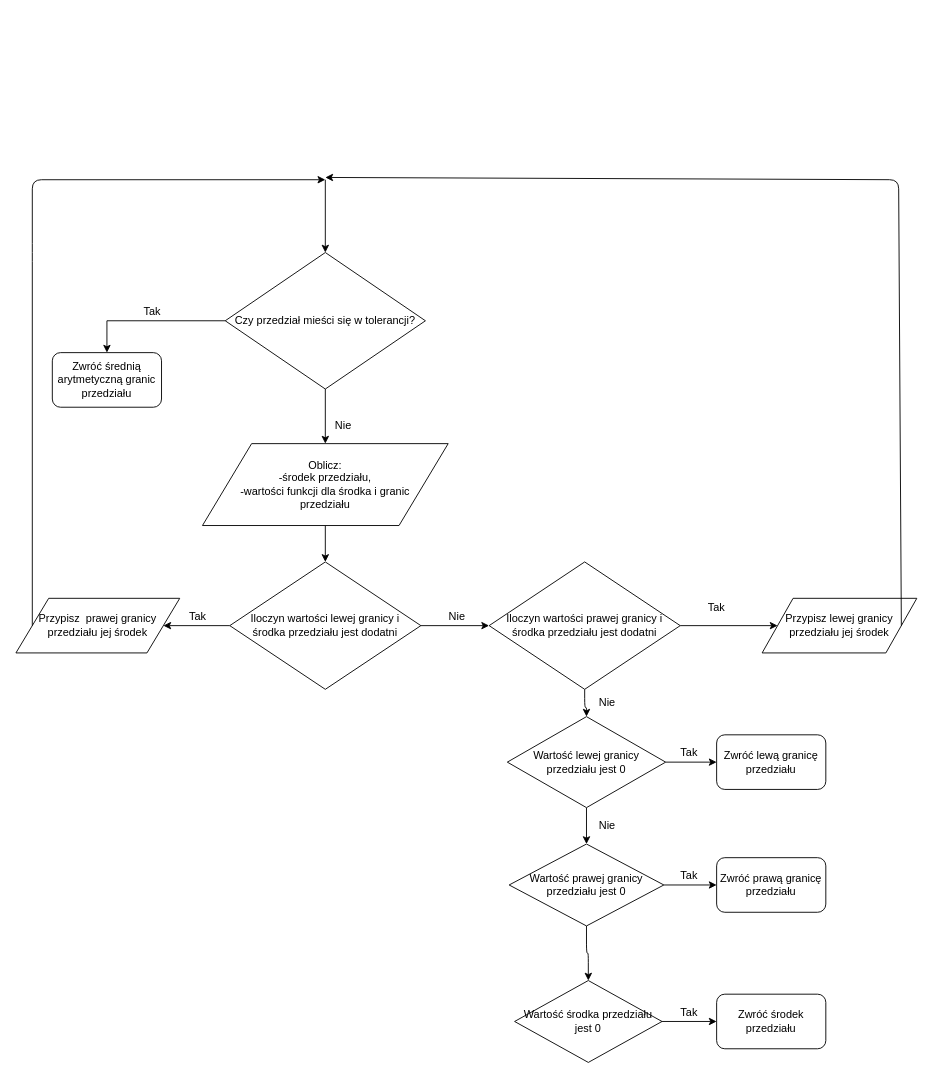
This is Bisekcja.drawio from finloop/biselect, a draw.io file, before an edit. Source tidied: cells renumbered, new cells numbered last; positions are measured from the earlier drawing's top-left corner, leaving out a move shared by most shapes. Both pictures are drawn from the tidied source at 91%, with x=0, y=0 at pixel (15, 177).
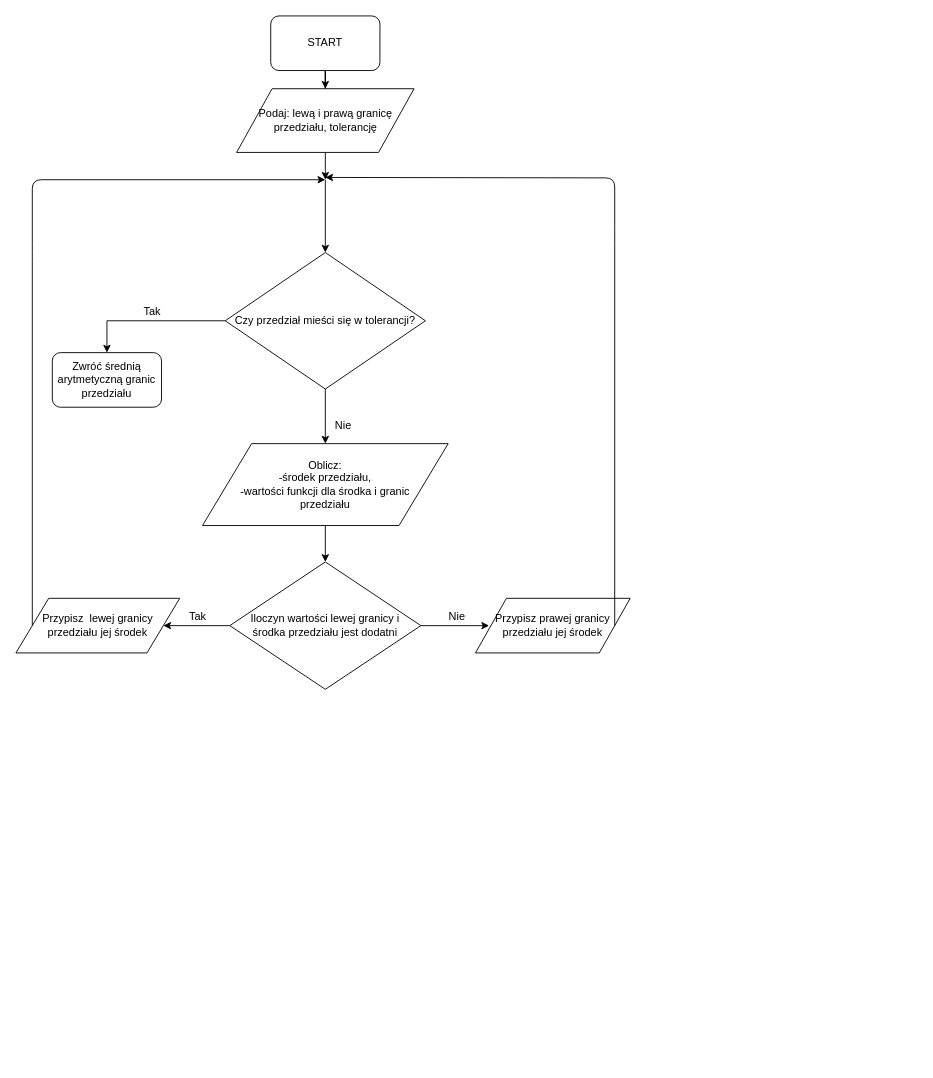
After the change.

Unchanged cells that the change refers to:
```xml
<mxCell id="12" value="Iloczyn wartości lewej granicy i &lt;br&gt;środka przedziału jest dodatni" style="rhombus;whiteSpace=wrap;html=1;" parent="1" vertex="1">
  <mxGeometry x="235" y="422" width="210" height="140" as="geometry" />
</mxCell>
```

The edit, as a diff of the source:
```diff
@@
-    <mxCell id="11" style="edgeStyle=orthogonalEdgeStyle;rounded=0;jettySize=auto;html=1;" parent="1" edge="1" source="12" target="15">
-      <mxGeometry relative="1" as="geometry" />
+    <mxCell id="11" style="edgeStyle=orthogonalEdgeStyle;rounded=0;jettySize=auto;html=1;" parent="1" edge="1" source="12">
+      <mxGeometry relative="1" as="geometry">
+        <mxPoint x="520" y="492" as="targetPoint" />
+      </mxGeometry>
     </mxCell>
@@
-    <mxCell id="13" style="edgeStyle=orthogonalEdgeStyle;jettySize=auto;html=1;entryX=0;entryY=0.5;entryDx=0;entryDy=0;rounded=1;jumpSize=2;" parent="1" edge="1" source="15" target="20">
-      <mxGeometry relative="1" as="geometry" />
-    </mxCell>
-    <mxCell id="14" style="edgeStyle=orthogonalEdgeStyle;rounded=1;jumpSize=2;jettySize=auto;html=1;entryX=0.5;entryY=0;entryDx=0;entryDy=0;" parent="1" edge="1" source="15" target="26">
-      <mxGeometry relative="1" as="geometry" />
-    </mxCell>
-    <mxCell id="15" value="Iloczyn wartości prawej granicy i &lt;br&gt;środka przedziału jest dodatni" style="rhombus;whiteSpace=wrap;html=1;" parent="1" vertex="1">
-      <mxGeometry x="520" y="422" width="210" height="140" as="geometry" />
-    </mxCell>
@@
-    <mxCell id="18" value="Tak&lt;br&gt;" style="text;html=1;strokeColor=none;fillColor=none;align=center;verticalAlign=middle;whiteSpace=wrap;rounded=0;" parent="1" vertex="1">
-      <mxGeometry x="750" y="462" width="40" height="20" as="geometry" />
-    </mxCell>
-    <mxCell id="19" value="Przypisz&amp;nbsp; prawej granicy przedziału jej środek" style="shape=parallelogram;perimeter=parallelogramPerimeter;whiteSpace=wrap;html=1;" parent="1" vertex="1">
+    <mxCell id="19" value="Przypisz&amp;nbsp; lewej granicy przedziału jej środek" style="shape=parallelogram;perimeter=parallelogramPerimeter;whiteSpace=wrap;html=1;" parent="1" vertex="1">
       <mxGeometry y="462" width="180" height="60" as="geometry" />
     </mxCell>
-    <mxCell id="20" value="&lt;span style=&quot;white-space: normal&quot;&gt;Przypisz lewej granicy przedziału jej środek&lt;/span&gt;" style="shape=parallelogram;perimeter=parallelogramPerimeter;whiteSpace=wrap;html=1;" parent="1" vertex="1">
-      <mxGeometry x="820" y="462" width="170" height="60" as="geometry" />
+    <mxCell id="20" value="&lt;span style=&quot;white-space: normal&quot;&gt;Przypisz prawej granicy przedziału jej środek&lt;/span&gt;" style="shape=parallelogram;perimeter=parallelogramPerimeter;whiteSpace=wrap;html=1;" parent="1" vertex="1">
+      <mxGeometry x="505" y="462" width="170" height="60" as="geometry" />
     </mxCell>
@@
     <mxCell id="23" style="endArrow=classic;html=1;exitX=1;exitY=0.5;exitDx=0;exitDy=0;" parent="1" edge="1" source="20">
       <mxGeometry relative="1" as="geometry">
         <mxPoint x="340" y="-0.5" as="targetPoint" />
         <Array as="points">
-          <mxPoint x="970" y="2" />
+          <mxPoint x="658" y="62" />
+          <mxPoint x="658" />
         </Array>
       </mxGeometry>
     </mxCell>
-    <mxCell id="24" style="edgeStyle=orthogonalEdgeStyle;rounded=1;jumpSize=2;jettySize=auto;html=1;entryX=0;entryY=0.5;entryDx=0;entryDy=0;" parent="1" edge="1" source="26" target="27">
-      <mxGeometry relative="1" as="geometry" />
-    </mxCell>
-    <mxCell id="25" style="edgeStyle=orthogonalEdgeStyle;rounded=1;jumpSize=2;jettySize=auto;html=1;entryX=0.5;entryY=0;entryDx=0;entryDy=0;" parent="1" edge="1" source="26" target="31">
-      <mxGeometry relative="1" as="geometry" />
-    </mxCell>
-    <mxCell id="26" value="Wartość lewej granicy przedziału jest 0" style="rhombus;whiteSpace=wrap;html=1;" parent="1" vertex="1">
-      <mxGeometry x="540" y="592" width="174" height="100" as="geometry" />
-    </mxCell>
-    <mxCell id="27" value="Zwróć lewą granicę przedziału" style="rounded=1;whiteSpace=wrap;html=1;" parent="1" vertex="1">
-      <mxGeometry x="770" y="612" width="120" height="60" as="geometry" />
-    </mxCell>
-    <mxCell id="28" value="Tak" style="text;html=1;strokeColor=none;fillColor=none;align=center;verticalAlign=middle;whiteSpace=wrap;rounded=0;" parent="1" vertex="1">
-      <mxGeometry x="720" y="622" width="40" height="20" as="geometry" />
-    </mxCell>
-    <mxCell id="29" style="edgeStyle=orthogonalEdgeStyle;rounded=1;jumpSize=2;jettySize=auto;html=1;" parent="1" edge="1" source="31" target="33">
-      <mxGeometry relative="1" as="geometry" />
-    </mxCell>
-    <mxCell id="30" style="edgeStyle=orthogonalEdgeStyle;rounded=1;jumpSize=2;jettySize=auto;html=1;entryX=0;entryY=0.5;entryDx=0;entryDy=0;" parent="1" edge="1" source="31" target="36">
-      <mxGeometry relative="1" as="geometry" />
-    </mxCell>
-    <mxCell id="31" value="&lt;span style=&quot;white-space: normal&quot;&gt;Wartość prawej granicy przedziału jest 0&lt;/span&gt;" style="rhombus;whiteSpace=wrap;html=1;" parent="1" vertex="1">
-      <mxGeometry x="542" y="732" width="170" height="90" as="geometry" />
-    </mxCell>
-    <mxCell id="32" style="edgeStyle=orthogonalEdgeStyle;rounded=1;jumpSize=2;jettySize=auto;html=1;" parent="1" edge="1" source="33" target="37">
-      <mxGeometry relative="1" as="geometry" />
-    </mxCell>
-    <mxCell id="33" value="&lt;span style=&quot;white-space: normal&quot;&gt;Wartość środka przedziału jest 0&lt;/span&gt;" style="rhombus;whiteSpace=wrap;html=1;" parent="1" vertex="1">
-      <mxGeometry x="548" y="882" width="162" height="90" as="geometry" />
-    </mxCell>
-    <mxCell id="34" value="Nie" style="text;html=1;strokeColor=none;fillColor=none;align=center;verticalAlign=middle;whiteSpace=wrap;rounded=0;" parent="1" vertex="1">
-      <mxGeometry x="630" y="702" width="40" height="20" as="geometry" />
-    </mxCell>
-    <mxCell id="35" value="Nie" style="text;html=1;strokeColor=none;fillColor=none;align=center;verticalAlign=middle;whiteSpace=wrap;rounded=0;" parent="1" vertex="1">
-      <mxGeometry x="630" y="567" width="40" height="20" as="geometry" />
-    </mxCell>
-    <mxCell id="36" value="Zwróć prawą granicę przedziału" style="rounded=1;whiteSpace=wrap;html=1;" parent="1" vertex="1">
-      <mxGeometry x="770" y="747" width="120" height="60" as="geometry" />
-    </mxCell>
-    <mxCell id="37" value="Zwróć środek przedziału" style="rounded=1;whiteSpace=wrap;html=1;" parent="1" vertex="1">
-      <mxGeometry x="770" y="897" width="120" height="60" as="geometry" />
-    </mxCell>
-    <mxCell id="38" value="Tak" style="text;html=1;strokeColor=none;fillColor=none;align=center;verticalAlign=middle;whiteSpace=wrap;rounded=0;" parent="1" vertex="1">
-      <mxGeometry x="720" y="757" width="40" height="20" as="geometry" />
-    </mxCell>
-    <mxCell id="39" value="Tak" style="text;html=1;strokeColor=none;fillColor=none;align=center;verticalAlign=middle;whiteSpace=wrap;rounded=0;" parent="1" vertex="1">
-      <mxGeometry x="720" y="907" width="40" height="20" as="geometry" />
-    </mxCell>
+    <mxCell id="40" style="edgeStyle=orthogonalEdgeStyle;rounded=0;jettySize=auto;html=1;entryX=0.5;entryY=0;entryDx=0;entryDy=0;" parent="1" edge="1" source="41" target="43">
+      <mxGeometry relative="1" as="geometry" />
+    </mxCell>
+    <mxCell id="41" value="START" style="rounded=1;whiteSpace=wrap;html=1;" parent="1" vertex="1">
+      <mxGeometry x="280" y="-178" width="120" height="60" as="geometry" />
+    </mxCell>
+    <mxCell id="42" style="edgeStyle=orthogonalEdgeStyle;rounded=0;jettySize=auto;html=1;" parent="1" edge="1" source="43">
+      <mxGeometry relative="1" as="geometry">
+        <mxPoint x="340" y="2" as="targetPoint" />
+      </mxGeometry>
+    </mxCell>
+    <mxCell id="43" value="Podaj: lewą i prawą granicę przedziału, tolerancję" style="shape=parallelogram;perimeter=parallelogramPerimeter;whiteSpace=wrap;html=1;" parent="1" vertex="1">
+      <mxGeometry x="242.5" y="-98" width="195" height="70" as="geometry" />
+    </mxCell>
```
